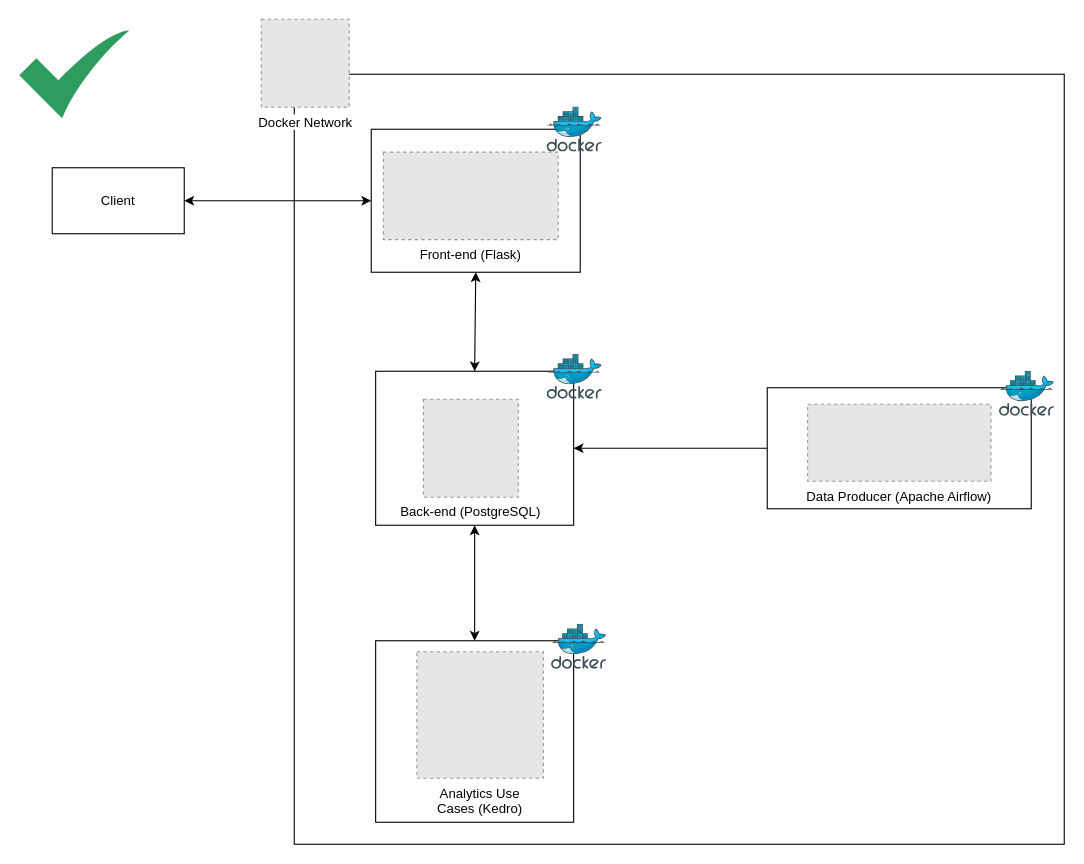
Earlier version of the draw.io diagram assets/diagrams/architecture_flows.drawio (gpalazzo/quant-portfolio-opt). Source tidied: cells renumbered, new cells numbered last; positions are measured from the earlier drawing's top-left corner, leaving out a move shared by most shapes. Both pictures are drawn from the tidied source at 110%, with x=0, y=0 at pixel (19, 19). Pictures stored in the file or linked from it are replaced by grey dashed boxes.
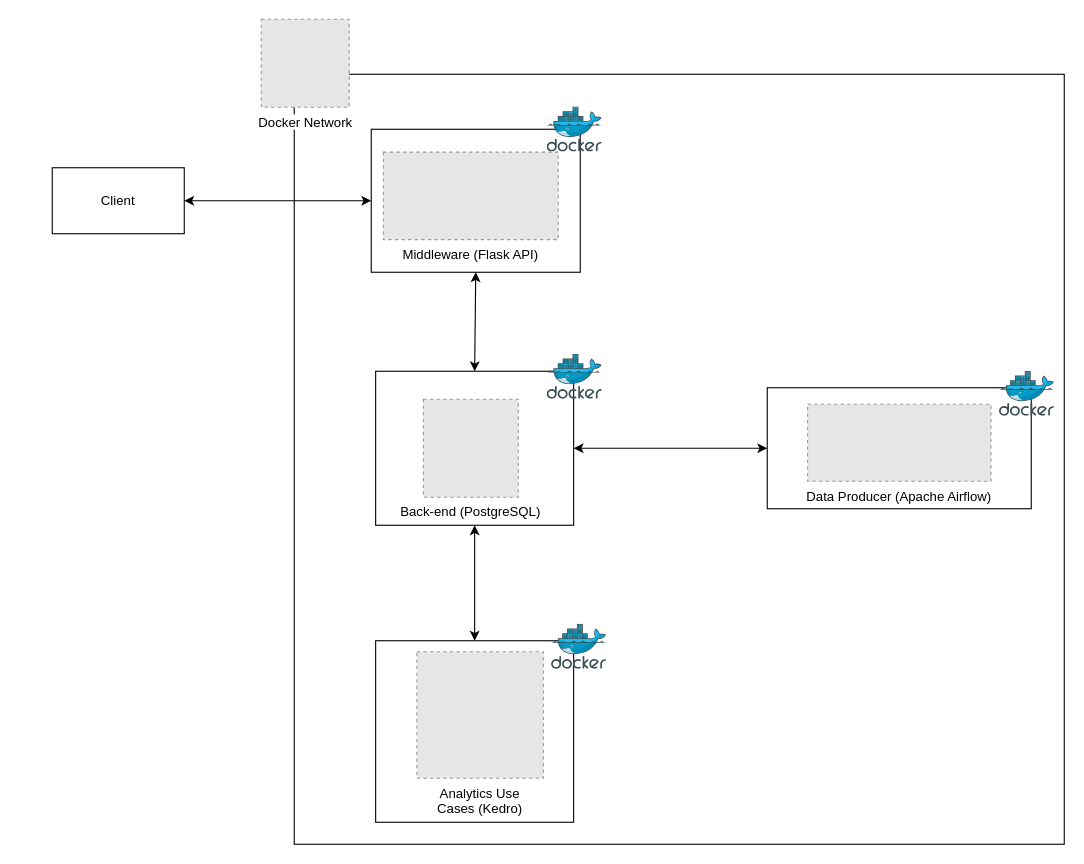
The same diagram, later.

The change refers to these unchanged cells:
```xml
<mxCell id="7" style="rounded=0;whiteSpace=wrap;html=1;" parent="1" vertex="1">
  <mxGeometry x="324" y="320" width="180" height="140" as="geometry" />
</mxCell>
<mxCell id="14" style="rounded=0;whiteSpace=wrap;html=1;" parent="1" vertex="1">
  <mxGeometry x="680" y="335" width="240" height="110" as="geometry" />
</mxCell>
```

Change to the diagram source:
```diff
@@
-    <mxCell id="13" style="edgeStyle=orthogonalEdgeStyle;rounded=0;jettySize=auto;html=1;entryX=1;entryY=0.5;entryDx=0;entryDy=0;startArrow=none;startFill=0;exitX=0;exitY=0.5;exitDx=0;exitDy=0;" parent="1" edge="1" source="14" target="7">
+    <mxCell id="13" style="edgeStyle=orthogonalEdgeStyle;rounded=0;jettySize=auto;html=1;entryX=1;entryY=0.5;entryDx=0;entryDy=0;startArrow=classic;startFill=1;exitX=0;exitY=0.5;exitDx=0;exitDy=0;" parent="1" edge="1" source="14" target="7">
       <mxGeometry relative="1" as="geometry" />
     </mxCell>
@@
-    <mxCell id="19" value="Front-end (Flask)" style="fillColor=#E6E6E6;strokeColor=#999999;dashed=1;verticalLabelPosition=bottom;labelBackgroundColor=#ffffff;verticalAlign=top;" parent="1" vertex="1">
+    <mxCell id="19" value="Middleware (Flask API)" style="fillColor=#E6E6E6;strokeColor=#999999;dashed=1;verticalLabelPosition=bottom;labelBackgroundColor=#ffffff;verticalAlign=top;" parent="1" vertex="1">
       <mxGeometry x="331" y="120.8" width="159" height="79.5" as="geometry" />
     </mxCell>
@@
-    <mxCell id="21" style="sketch=0;html=1;strokeColor=none;shadow=0;align=center;verticalAlign=top;fillColor=#2D9C5E;shape=mxgraph.gcp2.check;" parent="1" vertex="1">
-      <mxGeometry y="10" width="100" height="80" as="geometry" />
-    </mxCell>
```
